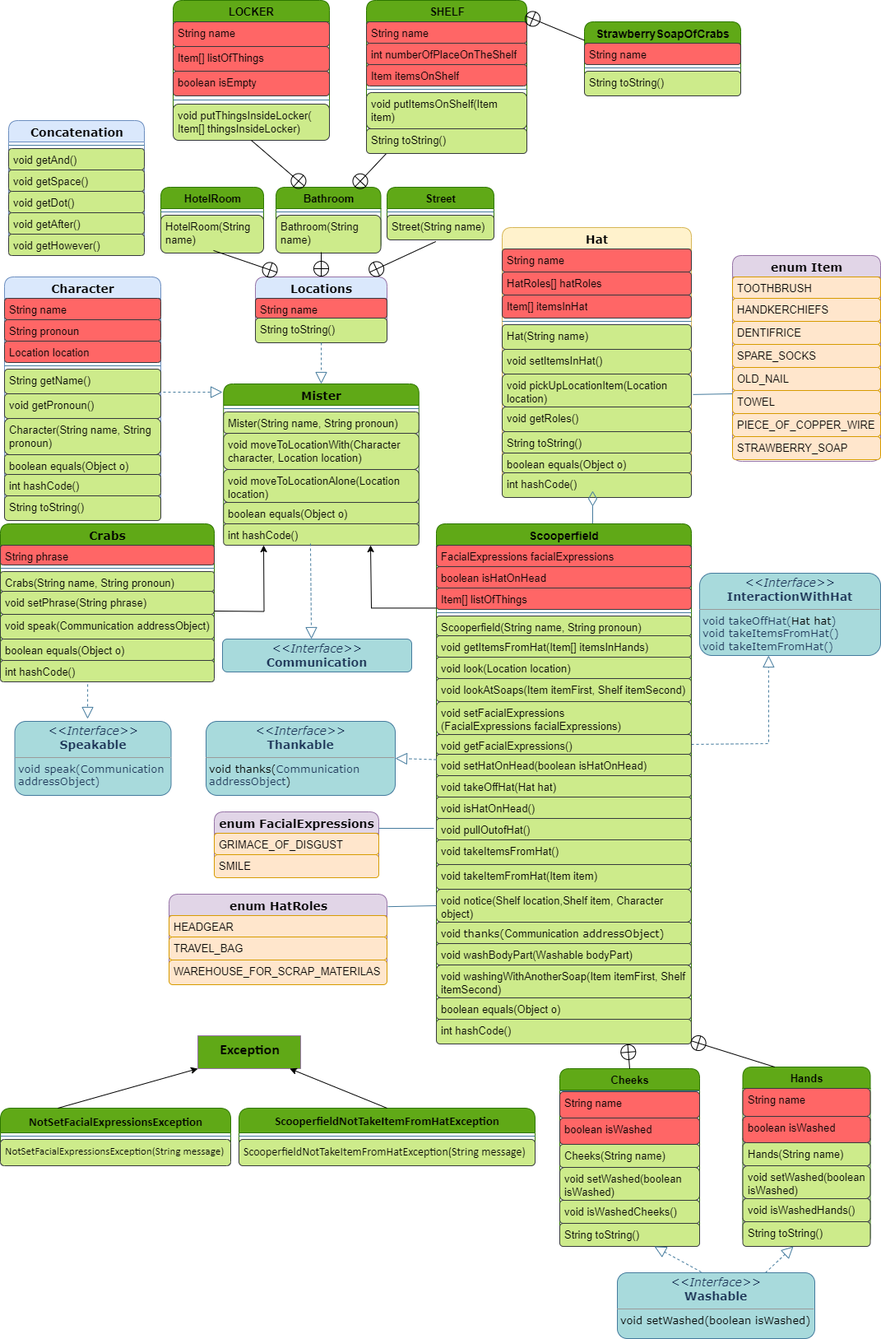
WillSpector/LAB_WORK_3 keeps this draw.io diagram as src/main/resources/UML.png. Above is the earlier version. Source tidied: cells renumbered, new cells last; positions are measured from the earlier drawing's top-left corner, leaving out a move shared by most shapes.
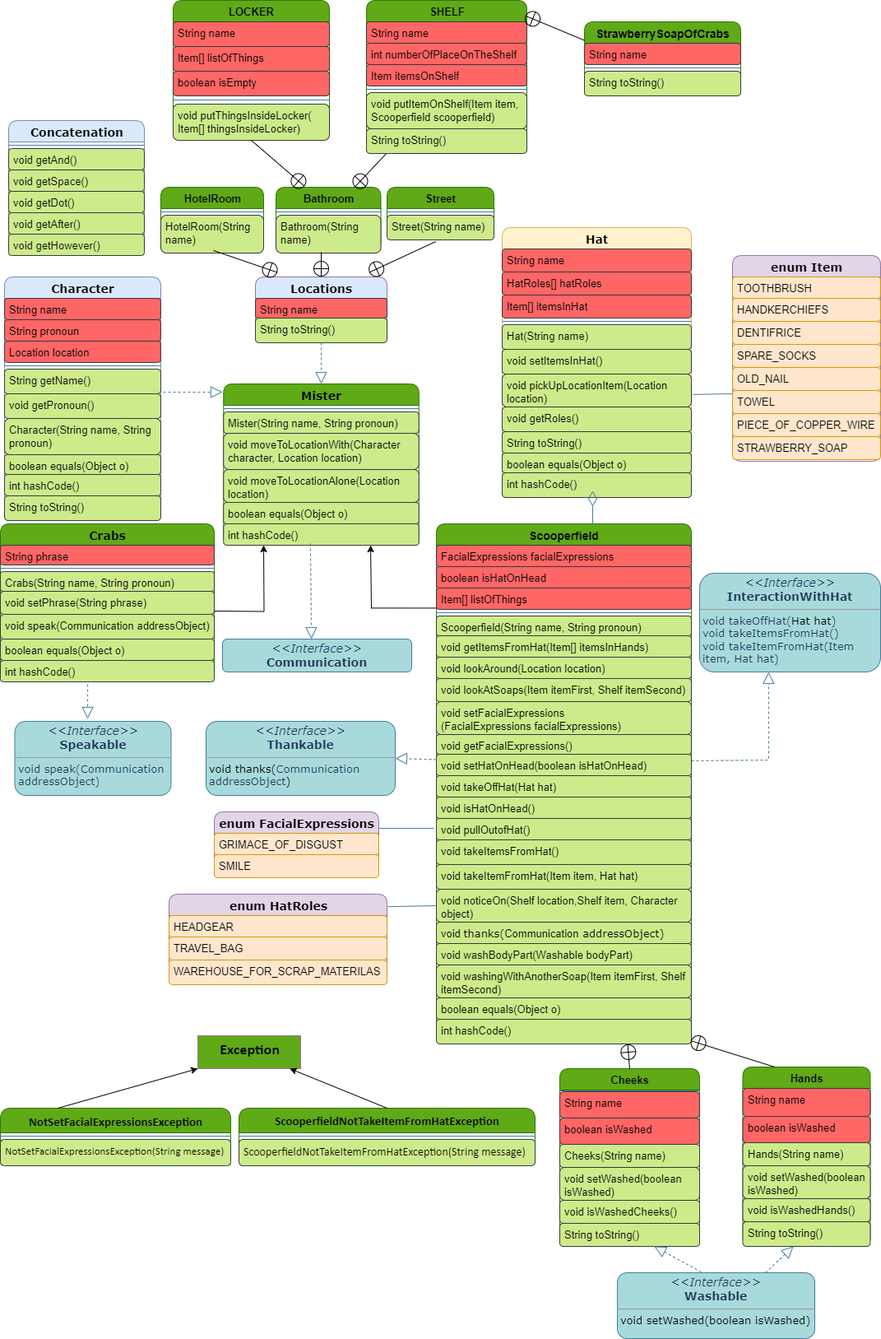
After the change.

Commit message:
1.Updated UML; 2.Changed takeItemFromHat();

The edit, as a diff of the source:
```diff
@@ -137,8 +137,8 @@
     <mxCell id="44" value="&lt;div style=&quot;font-size: 13px;&quot;&gt;STRAWBERRY_SOAP&lt;/div&gt;&lt;div style=&quot;font-size: 13px;&quot;&gt;&lt;br style=&quot;font-size: 13px;&quot;&gt;&lt;/div&gt;" style="text;html=1;strokeColor=#d79b00;fillColor=#ffe6cc;align=left;verticalAlign=top;spacingLeft=4;spacingRight=4;whiteSpace=wrap;overflow=hidden;labelBackgroundColor=none;rounded=1;fontSize=13;" parent="36" vertex="1">
       <mxGeometry y="220" width="180" height="28" as="geometry" />
     </mxCell>
-    <mxCell id="45" value="&lt;p style=&quot;margin: 4px 0px 0px; text-align: center; font-size: 14px;&quot;&gt;&lt;i&gt;&amp;lt;&amp;lt;Interface&amp;gt;&amp;gt;&lt;/i&gt;&lt;br&gt;&lt;b&gt;InteractionWithHat&lt;/b&gt;&lt;/p&gt;&lt;hr size=&quot;1&quot;&gt;&lt;p style=&quot;margin: 0px 0px 0px 4px; font-size: 13px;&quot;&gt;&lt;span style=&quot;text-wrap: wrap; background-color: initial;&quot;&gt;&lt;font style=&quot;font-size: 13px;&quot;&gt;void takeOffHat(&lt;/font&gt;&lt;/span&gt;&lt;span style=&quot;color: rgb(0, 0, 0); text-wrap: wrap; background-color: initial;&quot;&gt;Hat hat&lt;/span&gt;&lt;span style=&quot;background-color: initial; text-wrap: wrap;&quot;&gt;)&lt;/span&gt;&lt;/p&gt;&lt;p style=&quot;margin: 0px 0px 0px 4px; font-size: 13px;&quot;&gt;&lt;font style=&quot;font-size: 13px;&quot;&gt;&lt;span style=&quot;text-wrap: wrap; background-color: initial;&quot;&gt;void takeItemsFromHat(&lt;/span&gt;&lt;/font&gt;&lt;span style=&quot;background-color: initial; text-wrap: wrap;&quot;&gt;)&lt;/span&gt;&lt;/p&gt;&lt;p style=&quot;margin: 0px 0px 0px 4px; font-size: 13px;&quot;&gt;&lt;span style=&quot;text-wrap: wrap; background-color: initial;&quot;&gt;void takeItemFromHat(&lt;/span&gt;&lt;span style=&quot;text-wrap: wrap; background-color: initial;&quot;&gt;)&lt;/span&gt;&lt;span style=&quot;background-color: initial; text-wrap: wrap;&quot;&gt;&lt;br&gt;&lt;/span&gt;&lt;/p&gt;" style="verticalAlign=top;align=left;overflow=fill;fontSize=12;fontFamily=Verdana;html=1;rounded=1;shadow=0;comic=0;labelBackgroundColor=none;strokeWidth=1;fillColor=#A8DADC;strokeColor=#457B9D;fontColor=#1D3557;" parent="1" vertex="1">
-      <mxGeometry x="850" y="696" width="220" height="100" as="geometry" />
+    <mxCell id="45" value="&lt;p style=&quot;margin: 4px 0px 0px; text-align: center; font-size: 14px;&quot;&gt;&lt;i&gt;&amp;lt;&amp;lt;Interface&amp;gt;&amp;gt;&lt;/i&gt;&lt;br&gt;&lt;b&gt;InteractionWithHat&lt;/b&gt;&lt;/p&gt;&lt;hr size=&quot;1&quot;&gt;&lt;p style=&quot;margin: 0px 0px 0px 4px; font-size: 13px;&quot;&gt;&lt;span style=&quot;text-wrap: wrap; background-color: initial;&quot;&gt;&lt;font style=&quot;font-size: 13px;&quot;&gt;void takeOffHat(&lt;/font&gt;&lt;/span&gt;&lt;span style=&quot;color: rgb(0, 0, 0); text-wrap: wrap; background-color: initial;&quot;&gt;Hat hat&lt;/span&gt;&lt;span style=&quot;background-color: initial; text-wrap: wrap;&quot;&gt;)&lt;/span&gt;&lt;/p&gt;&lt;p style=&quot;margin: 0px 0px 0px 4px; font-size: 13px;&quot;&gt;&lt;font style=&quot;font-size: 13px;&quot;&gt;&lt;span style=&quot;text-wrap: wrap; background-color: initial;&quot;&gt;void takeItemsFromHat(&lt;/span&gt;&lt;/font&gt;&lt;span style=&quot;background-color: initial; text-wrap: wrap;&quot;&gt;)&lt;/span&gt;&lt;/p&gt;&lt;p style=&quot;margin: 0px 0px 0px 4px; font-size: 13px;&quot;&gt;&lt;span style=&quot;text-wrap: wrap; background-color: initial;&quot;&gt;void takeItemFromHat(Item item, Hat hat&lt;/span&gt;&lt;span style=&quot;text-wrap: wrap; background-color: initial;&quot;&gt;)&lt;/span&gt;&lt;span style=&quot;background-color: initial; text-wrap: wrap;&quot;&gt;&lt;br&gt;&lt;/span&gt;&lt;/p&gt;" style="verticalAlign=top;align=left;overflow=fill;fontSize=12;fontFamily=Verdana;html=1;rounded=1;shadow=0;comic=0;labelBackgroundColor=none;strokeWidth=1;fillColor=#A8DADC;strokeColor=#457B9D;fontColor=#1D3557;" parent="1" vertex="1">
+      <mxGeometry x="850" y="696" width="220" height="120" as="geometry" />
     </mxCell>
     <mxCell id="46" style="endArrow=none;html=1;rounded=0;strokeColor=#457B9D;fontColor=#1D3557;fillColor=#A8DADC;exitX=0;exitY=0.143;exitDx=0;exitDy=0;exitPerimeter=0;entryX=1.009;entryY=0.622;entryDx=0;entryDy=0;entryPerimeter=0;" parent="1" edge="1" source="42" target="20">
       <mxGeometry relative="1" as="geometry" />
@@ -148,11 +148,12 @@
         <mxPoint x="106" y="873" as="targetPoint" />
       </mxGeometry>
     </mxCell>
-    <mxCell id="48" style="endArrow=block;dashed=1;endFill=0;endSize=12;html=1;rounded=0;strokeColor=#457B9D;fontColor=#1D3557;fillColor=#A8DADC;entryX=0.621;entryY=1.033;entryDx=0;entryDy=0;entryPerimeter=0;exitX=1;exitY=0.5;exitDx=0;exitDy=0;" parent="1" edge="1" source="80">
+    <mxCell id="48" style="endArrow=block;dashed=1;endFill=0;endSize=12;html=1;rounded=0;strokeColor=#457B9D;fontColor=#1D3557;fillColor=#A8DADC;entryX=0.621;entryY=1.033;entryDx=0;entryDy=0;entryPerimeter=0;exitX=1;exitY=0.5;exitDx=0;exitDy=0;" parent="1" edge="1">
       <mxGeometry relative="1" as="geometry">
-        <mxPoint x="933.9" y="796" as="targetPoint" />
+        <mxPoint x="840" y="924" as="sourcePoint" />
+        <mxPoint x="933.9" y="816" as="targetPoint" />
         <Array as="points">
-          <mxPoint x="934" y="903" />
+          <mxPoint x="934" y="923" />
         </Array>
       </mxGeometry>
     </mxCell>
@@ -249,7 +250,7 @@
     <mxCell id="76" value="void getItemsFromHat(Item[] itemsInHands)" style="text;html=1;strokeColor=#36393d;fillColor=#cdeb8b;align=left;verticalAlign=top;spacingLeft=4;spacingRight=4;whiteSpace=wrap;overflow=hidden;labelBackgroundColor=none;rounded=1;fontSize=13;" parent="70" vertex="1">
       <mxGeometry y="136" width="310" height="26" as="geometry" />
     </mxCell>
-    <mxCell id="77" value="void look(Location location)" style="text;html=1;strokeColor=#36393d;fillColor=#cdeb8b;align=left;verticalAlign=top;spacingLeft=4;spacingRight=4;whiteSpace=wrap;overflow=hidden;labelBackgroundColor=none;rounded=1;fontSize=13;" parent="70" vertex="1">
+    <mxCell id="77" value="void lookAround(Location location)" style="text;html=1;strokeColor=#36393d;fillColor=#cdeb8b;align=left;verticalAlign=top;spacingLeft=4;spacingRight=4;whiteSpace=wrap;overflow=hidden;labelBackgroundColor=none;rounded=1;fontSize=13;" parent="70" vertex="1">
       <mxGeometry y="162" width="310" height="26" as="geometry" />
     </mxCell>
     <mxCell id="78" value="void lookAtSoaps&lt;span style=&quot;background-color: initial; font-size: 13px;&quot;&gt;(Item itemFirst, Shelf itemSecond&lt;/span&gt;&lt;span style=&quot;background-color: initial; font-size: 13px;&quot;&gt;)&lt;/span&gt;" style="text;html=1;strokeColor=#36393d;fillColor=#cdeb8b;align=left;verticalAlign=top;spacingLeft=4;spacingRight=4;whiteSpace=wrap;overflow=hidden;labelBackgroundColor=none;rounded=1;fontSize=13;" parent="70" vertex="1">
@@ -276,10 +277,10 @@
     <mxCell id="85" value="void takeItemsFromHat()" style="text;html=1;strokeColor=#36393d;fillColor=#cdeb8b;align=left;verticalAlign=top;spacingLeft=4;spacingRight=4;whiteSpace=wrap;overflow=hidden;labelBackgroundColor=none;rounded=1;fontSize=13;" parent="70" vertex="1">
       <mxGeometry y="384" width="310" height="30" as="geometry" />
     </mxCell>
-    <mxCell id="86" value="void takeItemFromHat(Item item)" style="text;html=1;strokeColor=#36393d;fillColor=#cdeb8b;align=left;verticalAlign=top;spacingLeft=4;spacingRight=4;whiteSpace=wrap;overflow=hidden;labelBackgroundColor=none;rounded=1;fontSize=13;" parent="70" vertex="1">
+    <mxCell id="86" value="void takeItemFromHat(Item item, Hat hat)" style="text;html=1;strokeColor=#36393d;fillColor=#cdeb8b;align=left;verticalAlign=top;spacingLeft=4;spacingRight=4;whiteSpace=wrap;overflow=hidden;labelBackgroundColor=none;rounded=1;fontSize=13;" parent="70" vertex="1">
       <mxGeometry y="414" width="310" height="30" as="geometry" />
     </mxCell>
-    <mxCell id="87" value="void notice(Shelf location,Shelf item, Character object&lt;span style=&quot;background-color: initial;&quot;&gt;)&lt;/span&gt;" style="text;html=1;strokeColor=#36393d;fillColor=#cdeb8b;align=left;verticalAlign=top;spacingLeft=4;spacingRight=4;whiteSpace=wrap;overflow=hidden;points=[[0,0.5],[1,0.5]];portConstraint=eastwest;labelBackgroundColor=none;rounded=1;fontSize=13;" parent="70" vertex="1">
+    <mxCell id="87" value="void noticeOn(Shelf location,Shelf item, Character object&lt;span style=&quot;background-color: initial;&quot;&gt;)&lt;/span&gt;" style="text;html=1;strokeColor=#36393d;fillColor=#cdeb8b;align=left;verticalAlign=top;spacingLeft=4;spacingRight=4;whiteSpace=wrap;overflow=hidden;points=[[0,0.5],[1,0.5]];portConstraint=eastwest;labelBackgroundColor=none;rounded=1;fontSize=13;" parent="70" vertex="1">
       <mxGeometry y="444" width="310" height="40" as="geometry" />
     </mxCell>
     <mxCell id="88" value="void &lt;span style=&quot;font-family: Verdana; background-color: initial;&quot;&gt;thanks(&lt;/span&gt;Communication&lt;span style=&quot;font-family: Verdana; background-color: initial;&quot;&gt;&amp;nbsp;addressObject)&lt;/span&gt;" style="text;html=1;strokeColor=#36393d;fillColor=#cdeb8b;align=left;verticalAlign=top;spacingLeft=4;spacingRight=4;whiteSpace=wrap;overflow=hidden;labelBackgroundColor=none;rounded=1;fontSize=13;" parent="70" vertex="1">
@@ -369,7 +370,7 @@
     <mxCell id="116" style="line;html=1;strokeWidth=1;fillColor=none;align=left;verticalAlign=middle;spacingTop=-1;spacingLeft=3;spacingRight=3;labelPosition=right;points=[];portConstraint=eastwest;labelBackgroundColor=none;strokeColor=#457B9D;fontColor=#1D3557;rounded=1;" parent="112" vertex="1">
       <mxGeometry y="104" width="195" height="8" as="geometry" />
     </mxCell>
-    <mxCell id="117" value="void putItemsOnShelf(Item item)&lt;div&gt;&lt;br&gt;&lt;/div&gt;" style="text;html=1;align=left;verticalAlign=top;spacingLeft=4;spacingRight=4;whiteSpace=wrap;overflow=hidden;labelBackgroundColor=none;rounded=1;fillColor=#cdeb8b;strokeColor=#36393d;fontSize=13;" parent="112" vertex="1">
+    <mxCell id="117" value="void putItemOnShelf(Item item, Scooperfield scooperfield)&lt;div&gt;&lt;br&gt;&lt;/div&gt;" style="text;html=1;align=left;verticalAlign=top;spacingLeft=4;spacingRight=4;whiteSpace=wrap;overflow=hidden;labelBackgroundColor=none;rounded=1;fillColor=#cdeb8b;strokeColor=#36393d;fontSize=13;" parent="112" vertex="1">
       <mxGeometry y="112" width="195" height="44" as="geometry" />
     </mxCell>
     <mxCell id="118" value="String toString()" style="text;html=1;align=left;verticalAlign=top;spacingLeft=4;spacingRight=4;whiteSpace=wrap;overflow=hidden;labelBackgroundColor=none;rounded=1;fillColor=#cdeb8b;strokeColor=#36393d;fontSize=13;" parent="112" vertex="1">
```
